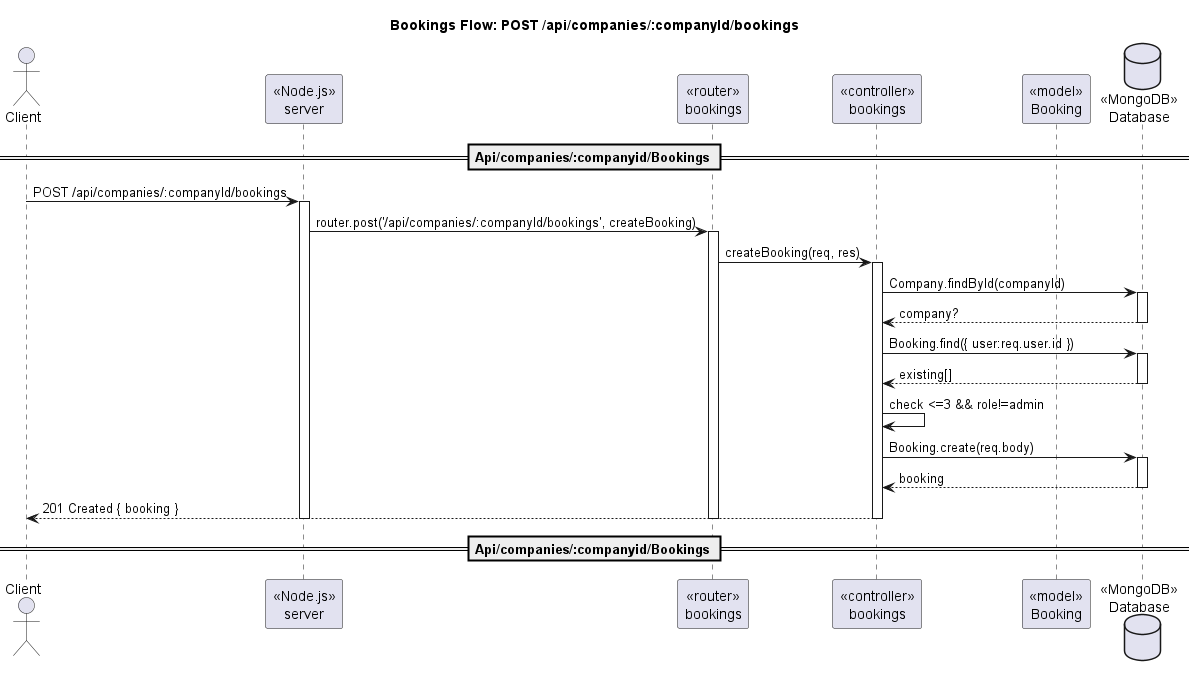
Earlier version of the PlantUML export out/docs/diagram/sequence/seq_companies_companyId_bookings_post.png (098ff/ArtmaybeDEV).
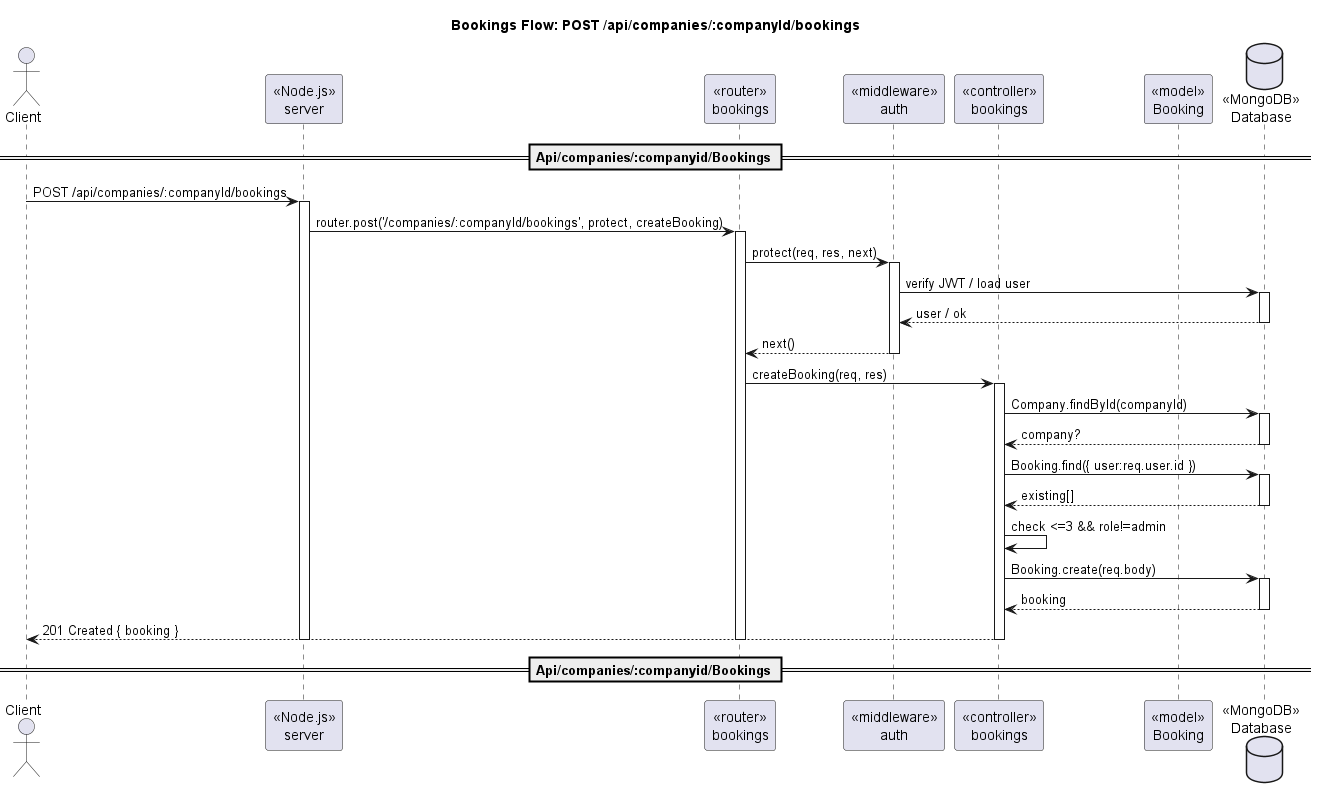
Later version of the same file.

Change to the diagram source:
```diff
@@ -3,6 +3,7 @@
 actor Client
 participant "«Node.js»\nserver" as Server
 participant "«router»\nbookings" as Router
+participant "«middleware»\nauth" as AuthMW
 participant "«controller»\nbookings" as Ctrl
 participant "«model»\nBooking" as BookingModel
 database "«MongoDB»\nDatabase" as DB
@@ -10,8 +11,16 @@
 == Api/companies/:companyid/Bookings ==
 Client -> Server : POST /api/companies/:companyId/bookings
 activate Server
-Server -> Router : router.post('/api/companies/:companyId/bookings', createBooking)
+Server -> Router : router.post('/companies/:companyId/bookings', protect, createBooking)
 activate Router
+Router -> AuthMW : protect(req, res, next)
+activate AuthMW
+AuthMW -> DB : verify JWT / load user
+activate DB
+DB --> AuthMW : user / ok
+deactivate DB
+AuthMW --> Router : next()
+deactivate AuthMW
 Router -> Ctrl : createBooking(req, res)
 activate Ctrl
 Ctrl -> DB : Company.findById(companyId)
```
